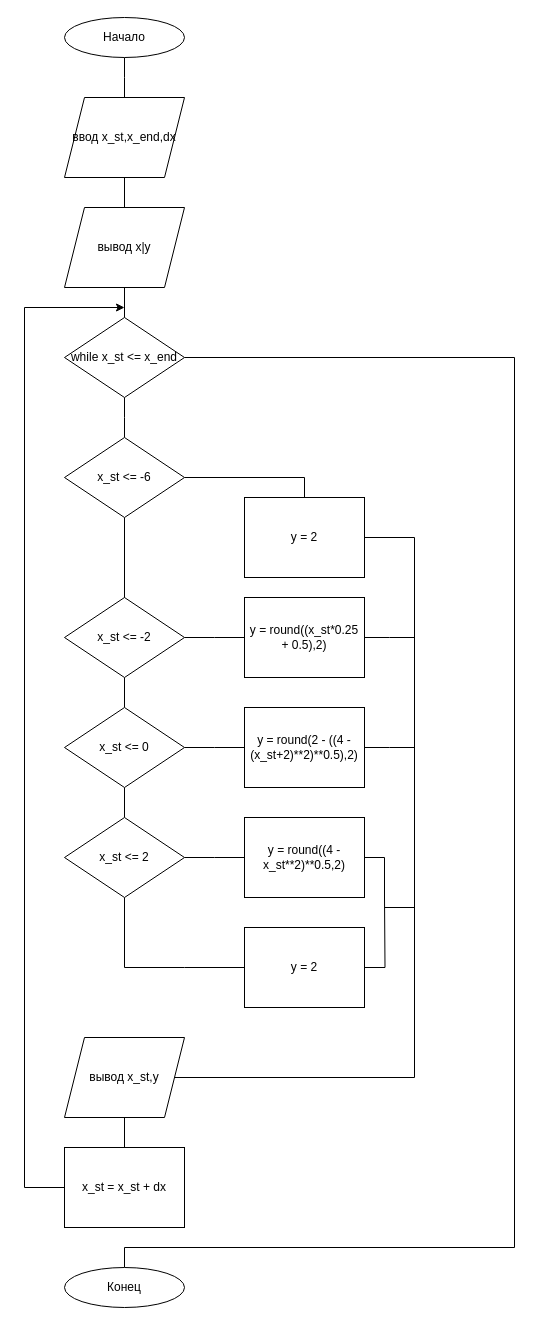
The draw.io diagram first_task/1task_26.drawio in ilasovrifat703-ops/Python_cycles, before the edit. Source tidied: cells renumbered, new cells numbered last; positions are measured from the earlier drawing's top-left corner, leaving out a move shared by most shapes. Both pictures are drawn from the tidied source at 100%, with x=0, y=0 at pixel (24, 17).
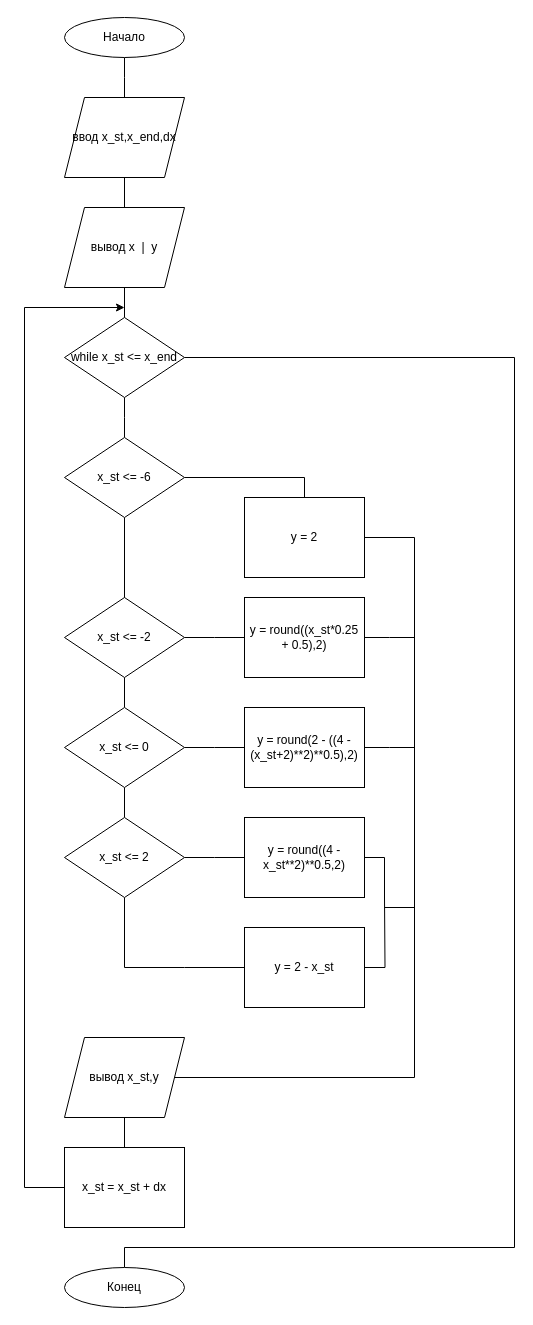
The same page after the edit.

Diff of the diagram source:
```diff
@@
-    <mxCell id="29" value="y = 2" style="rounded=0;whiteSpace=wrap;html=1;" parent="1" vertex="1">
+    <mxCell id="29" value="y = 2 - x_st" style="rounded=0;whiteSpace=wrap;html=1;" parent="1" vertex="1">
       <mxGeometry x="220" y="910" width="120" height="80" as="geometry" />
     </mxCell>
@@
-    <mxCell id="37" value="вывод x|y" style="shape=parallelogram;perimeter=parallelogramPerimeter;whiteSpace=wrap;html=1;shapeInside=1;fixedSize=1;" parent="1" vertex="1">
+    <mxCell id="37" value="вывод x&amp;nbsp; |&amp;nbsp; y" style="shape=parallelogram;perimeter=parallelogramPerimeter;whiteSpace=wrap;html=1;shapeInside=1;fixedSize=1;" parent="1" vertex="1">
       <mxGeometry x="40" y="190" width="120" height="80" as="geometry" />
     </mxCell>
```
